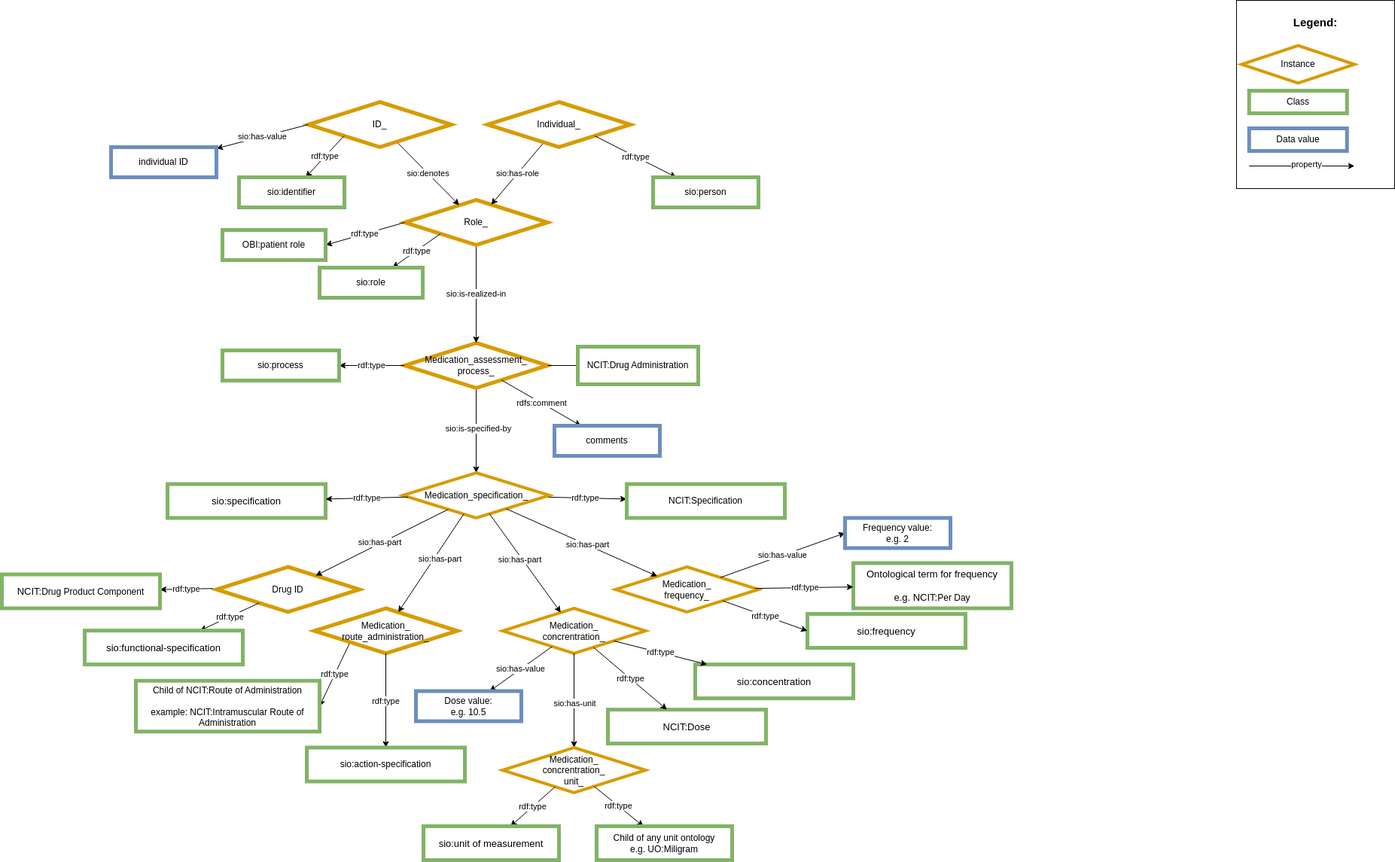
This is images/CARE-SM-Medication.png from CARE-SM/CARE-Semantic-Model, a draw.io export, as it was before one commit. Source tidied: cells renumbered, new cells last; positions are measured from the earlier drawing's top-left corner, leaving out a move shared by most shapes.
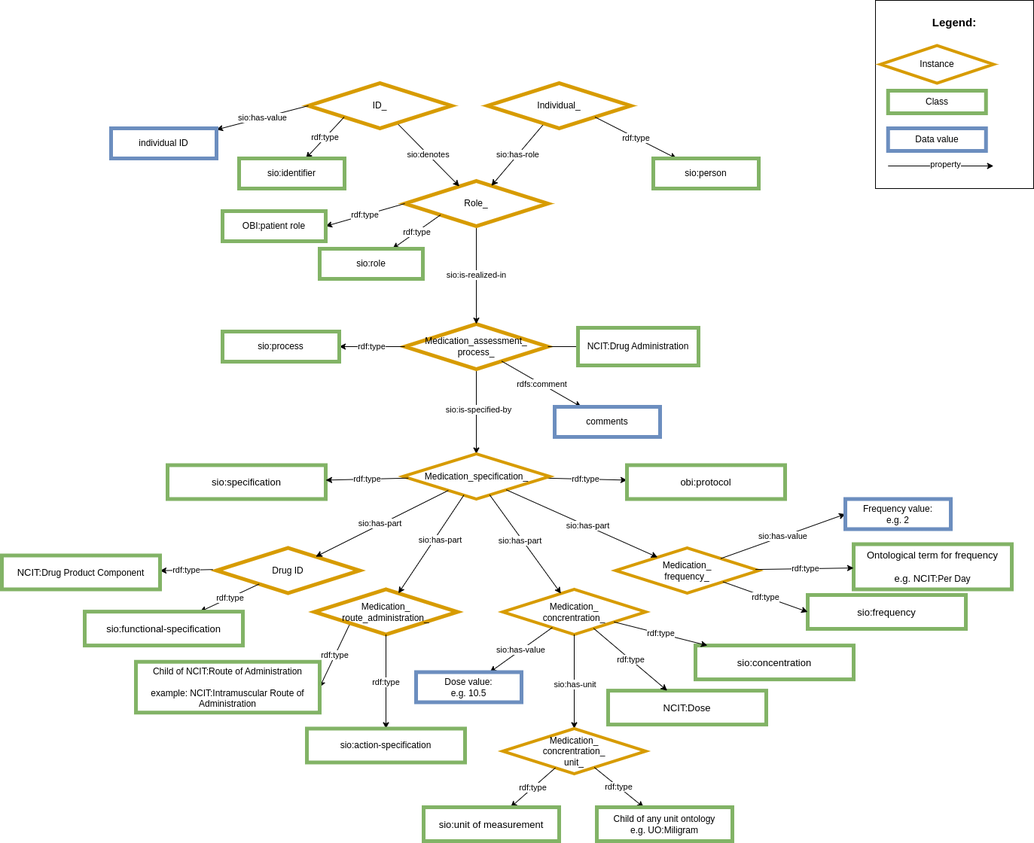
After the commit.

Commit message:
obi:protocol and surgery specification

What changed in the source:
```diff
@@ -107,21 +107,21 @@
       <mxGeometry x="734" y="565" width="140" height="40" as="geometry" />
     </mxCell>
     <mxCell id="36" value="&lt;div style=&quot;text-align: left; font-size: 15px;&quot;&gt;&lt;span style=&quot;background-color: initial;&quot;&gt;&lt;b style=&quot;&quot;&gt;&lt;font style=&quot;font-size: 15px;&quot;&gt;Legend:&lt;/font&gt;&lt;/b&gt;&lt;/span&gt;&lt;/div&gt;&lt;div style=&quot;text-align: left; font-size: 15px;&quot;&gt;&lt;span style=&quot;background-color: initial;&quot;&gt;&lt;br&gt;&lt;/span&gt;&lt;/div&gt;&lt;div style=&quot;text-align: left;&quot;&gt;&lt;span style=&quot;background-color: initial;&quot;&gt;&lt;br&gt;&lt;/span&gt;&lt;/div&gt;&lt;div style=&quot;text-align: left;&quot;&gt;&lt;span style=&quot;background-color: initial;&quot;&gt;&lt;br&gt;&lt;/span&gt;&lt;/div&gt;&lt;div style=&quot;text-align: left;&quot;&gt;&lt;br&gt;&lt;/div&gt;&lt;div style=&quot;text-align: left;&quot;&gt;&lt;br&gt;&lt;/div&gt;&lt;div style=&quot;text-align: left;&quot;&gt;&lt;br&gt;&lt;/div&gt;&lt;div style=&quot;text-align: left;&quot;&gt;&lt;br&gt;&lt;/div&gt;&lt;div style=&quot;text-align: left;&quot;&gt;&lt;br&gt;&lt;/div&gt;&lt;div style=&quot;text-align: left;&quot;&gt;&lt;span style=&quot;background-color: initial;&quot;&gt;&lt;br&gt;&lt;/span&gt;&lt;/div&gt;&lt;div style=&quot;text-align: left;&quot;&gt;&lt;span style=&quot;background-color: initial;&quot;&gt;&lt;br&gt;&lt;/span&gt;&lt;/div&gt;&lt;div style=&quot;text-align: left;&quot;&gt;&lt;span style=&quot;background-color: initial;&quot;&gt;&lt;br&gt;&lt;/span&gt;&lt;/div&gt;&lt;div style=&quot;text-align: left;&quot;&gt;&lt;span style=&quot;background-color: initial;&quot;&gt;&lt;br&gt;&lt;/span&gt;&lt;/div&gt;&lt;div style=&quot;text-align: left;&quot;&gt;&lt;span style=&quot;background-color: initial;&quot;&gt;&lt;br&gt;&lt;/span&gt;&lt;/div&gt;" style="rounded=0;whiteSpace=wrap;html=1;" parent="1" vertex="1">
-      <mxGeometry x="1640" width="210" height="250" as="geometry" />
+      <mxGeometry x="1160" y="25" width="210" height="250" as="geometry" />
     </mxCell>
     <mxCell id="37" value="Class" style="whiteSpace=wrap;html=1;fillColor=#FFFFFF;strokeColor=#82b366;strokeWidth=5;" parent="1" vertex="1">
-      <mxGeometry x="1656.8" y="120" width="130" height="30" as="geometry" />
+      <mxGeometry x="1176.8" y="145" width="130" height="30" as="geometry" />
     </mxCell>
     <mxCell id="38" value="Instance" style="rhombus;whiteSpace=wrap;html=1;fillColor=#FFFFFF;strokeColor=#D79B00;rotation=0;perimeter=rhombusPerimeter;arcSize=20;comic=0;enumerate=0;strokeWidth=4;rounded=0;" parent="1" vertex="1">
-      <mxGeometry x="1646.8" y="60" width="150" height="50" as="geometry" />
+      <mxGeometry x="1166.8" y="85" width="150" height="50" as="geometry" />
     </mxCell>
     <mxCell id="39" value="Data value" style="whiteSpace=wrap;html=1;fillColor=#FFFFFF;strokeColor=#6c8ebf;strokeWidth=5;" parent="1" vertex="1">
-      <mxGeometry x="1656.8" y="170" width="130" height="30" as="geometry" />
+      <mxGeometry x="1176.8" y="195" width="130" height="30" as="geometry" />
     </mxCell>
     <mxCell id="40" value="property" style="rounded=0;orthogonalLoop=1;jettySize=auto;html=1;exitX=1;exitY=1;exitDx=0;exitDy=0;" parent="1" edge="1">
       <mxGeometry x="0.09" y="2" relative="1" as="geometry">
-        <mxPoint x="1656.8" y="220" as="sourcePoint" />
-        <mxPoint x="1796.8" y="220" as="targetPoint" />
+        <mxPoint x="1176.8" y="245" as="sourcePoint" />
+        <mxPoint x="1316.8" y="245" as="targetPoint" />
       </mxGeometry>
     </mxCell>
     <mxCell id="41" value="Medication_&lt;br&gt;frequency_" style="rhombus;whiteSpace=wrap;html=1;fillColor=#FFFFFF;strokeColor=#D79B00;perimeter=rhombusPerimeter;arcSize=20;comic=0;enumerate=0;strokeWidth=4;rounded=0;" parent="1" vertex="1">
@@ -198,7 +198,7 @@
     <mxCell id="64" value="rdf:type" style="edgeStyle=none;rounded=0;jettySize=auto;html=1;" parent="1" edge="1" source="66" target="65">
       <mxGeometry relative="1" as="geometry" />
     </mxCell>
-    <mxCell id="65" value="NCIT:Specification" style="whiteSpace=wrap;html=1;fillColor=#FFFFFF;strokeColor=#82b366;strokeWidth=5;" parent="1" vertex="1">
+    <mxCell id="65" value="&lt;font style=&quot;font-size: 13px;&quot;&gt;obi:protocol&lt;/font&gt;" style="whiteSpace=wrap;html=1;fillColor=#FFFFFF;strokeColor=#82b366;strokeWidth=5;" parent="1" vertex="1">
       <mxGeometry x="830" y="642.5" width="210" height="45" as="geometry" />
     </mxCell>
     <mxCell id="66" value="Medication_specification_" style="rhombus;whiteSpace=wrap;html=1;fillColor=#FFFFFF;strokeColor=#D79B00;perimeter=rhombusPerimeter;arcSize=20;comic=0;enumerate=0;strokeWidth=4;rounded=0;" parent="1" vertex="1">
```
